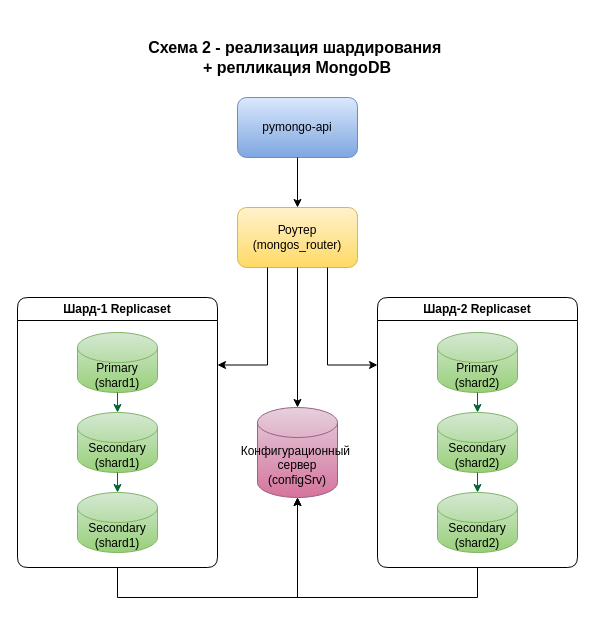
The draw.io diagram schemas/schema-v2-replication.drawio in megalosandros/architecture-black_friday, before the edit. Source tidied: cells renumbered, new cells numbered last; positions are measured from the earlier drawing's top-left corner, leaving out a move shared by most shapes. Both pictures are drawn from the tidied source at 100%, with x=0, y=0 at pixel (17, 17).
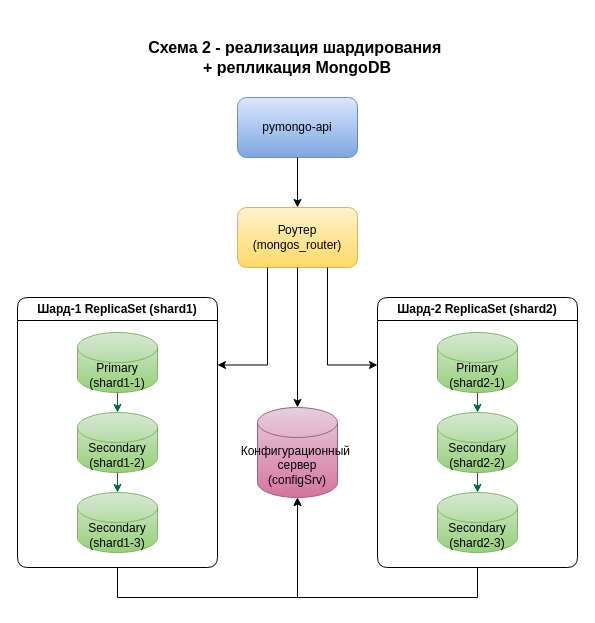
Above is the later version.

What changed in the source:
```diff
@@
-    <mxCell id="12" value="Шард-1 Replicaset" style="swimlane;whiteSpace=wrap;html=1;rounded=1;" parent="1" vertex="1">
+    <mxCell id="12" value="Шард-1 ReplicaSet (shard1)" style="swimlane;whiteSpace=wrap;html=1;rounded=1;" parent="1" vertex="1">
       <mxGeometry y="280" width="200" height="270" as="geometry" />
     </mxCell>
-    <mxCell id="13" value="Primary&lt;div&gt;(shard1)&lt;/div&gt;" style="shape=cylinder3;whiteSpace=wrap;html=1;boundedLbl=1;backgroundOutline=1;size=15;fillColor=#d5e8d4;strokeColor=#82b366;gradientColor=#97d077;" parent="12" vertex="1">
+    <mxCell id="13" value="Primary&lt;div&gt;(shard1-1)&lt;/div&gt;" style="shape=cylinder3;whiteSpace=wrap;html=1;boundedLbl=1;backgroundOutline=1;size=15;fillColor=#d5e8d4;strokeColor=#82b366;gradientColor=#97d077;" parent="12" vertex="1">
       <mxGeometry x="60" y="35" width="80" height="60" as="geometry" />
     </mxCell>
-    <mxCell id="14" value="Secondary&lt;div&gt;(shard1)&lt;/div&gt;" style="shape=cylinder3;whiteSpace=wrap;html=1;boundedLbl=1;backgroundOutline=1;size=15;fillColor=#d5e8d4;strokeColor=#82b366;gradientColor=#97d077;" parent="12" vertex="1">
+    <mxCell id="14" value="Secondary&lt;div&gt;(shard1-2)&lt;/div&gt;" style="shape=cylinder3;whiteSpace=wrap;html=1;boundedLbl=1;backgroundOutline=1;size=15;fillColor=#d5e8d4;strokeColor=#82b366;gradientColor=#97d077;" parent="12" vertex="1">
       <mxGeometry x="60" y="115" width="80" height="60" as="geometry" />
     </mxCell>
-    <mxCell id="15" value="Secondary&lt;div&gt;(shard1)&lt;/div&gt;" style="shape=cylinder3;whiteSpace=wrap;html=1;boundedLbl=1;backgroundOutline=1;size=15;fillColor=#d5e8d4;strokeColor=#82b366;gradientColor=#97d077;" parent="12" vertex="1">
+    <mxCell id="15" value="Secondary&lt;div&gt;(shard1-3)&lt;/div&gt;" style="shape=cylinder3;whiteSpace=wrap;html=1;boundedLbl=1;backgroundOutline=1;size=15;fillColor=#d5e8d4;strokeColor=#82b366;gradientColor=#97d077;" parent="12" vertex="1">
       <mxGeometry x="60" y="195" width="80" height="60" as="geometry" />
     </mxCell>
@@
-    <mxCell id="18" value="Шард-2 Replicaset" style="swimlane;whiteSpace=wrap;html=1;rounded=1;" parent="1" vertex="1">
+    <mxCell id="18" value="Шард-2 ReplicaSet (shard2)" style="swimlane;whiteSpace=wrap;html=1;rounded=1;" parent="1" vertex="1">
       <mxGeometry x="360" y="280" width="200" height="270" as="geometry" />
     </mxCell>
-    <mxCell id="19" value="Primary&lt;div&gt;(shard2)&lt;/div&gt;" style="shape=cylinder3;whiteSpace=wrap;html=1;boundedLbl=1;backgroundOutline=1;size=15;fillColor=#d5e8d4;strokeColor=#82b366;gradientColor=#97d077;" parent="18" vertex="1">
+    <mxCell id="19" value="Primary&lt;div&gt;(shard2-1)&lt;/div&gt;" style="shape=cylinder3;whiteSpace=wrap;html=1;boundedLbl=1;backgroundOutline=1;size=15;fillColor=#d5e8d4;strokeColor=#82b366;gradientColor=#97d077;" parent="18" vertex="1">
       <mxGeometry x="60" y="35" width="80" height="60" as="geometry" />
     </mxCell>
-    <mxCell id="20" value="Secondary&lt;div&gt;(shard2)&lt;/div&gt;" style="shape=cylinder3;whiteSpace=wrap;html=1;boundedLbl=1;backgroundOutline=1;size=15;fillColor=#d5e8d4;strokeColor=#82b366;gradientColor=#97d077;" parent="18" vertex="1">
+    <mxCell id="20" value="Secondary&lt;div&gt;(shard2-2)&lt;/div&gt;" style="shape=cylinder3;whiteSpace=wrap;html=1;boundedLbl=1;backgroundOutline=1;size=15;fillColor=#d5e8d4;strokeColor=#82b366;gradientColor=#97d077;" parent="18" vertex="1">
       <mxGeometry x="60" y="115" width="80" height="60" as="geometry" />
     </mxCell>
-    <mxCell id="21" value="Secondary&lt;div&gt;(shard2)&lt;/div&gt;" style="shape=cylinder3;whiteSpace=wrap;html=1;boundedLbl=1;backgroundOutline=1;size=15;fillColor=#d5e8d4;strokeColor=#82b366;gradientColor=#97d077;" parent="18" vertex="1">
+    <mxCell id="21" value="Secondary&lt;div&gt;(shard2-3)&lt;/div&gt;" style="shape=cylinder3;whiteSpace=wrap;html=1;boundedLbl=1;backgroundOutline=1;size=15;fillColor=#d5e8d4;strokeColor=#82b366;gradientColor=#97d077;" parent="18" vertex="1">
       <mxGeometry x="60" y="195" width="80" height="60" as="geometry" />
     </mxCell>
```
